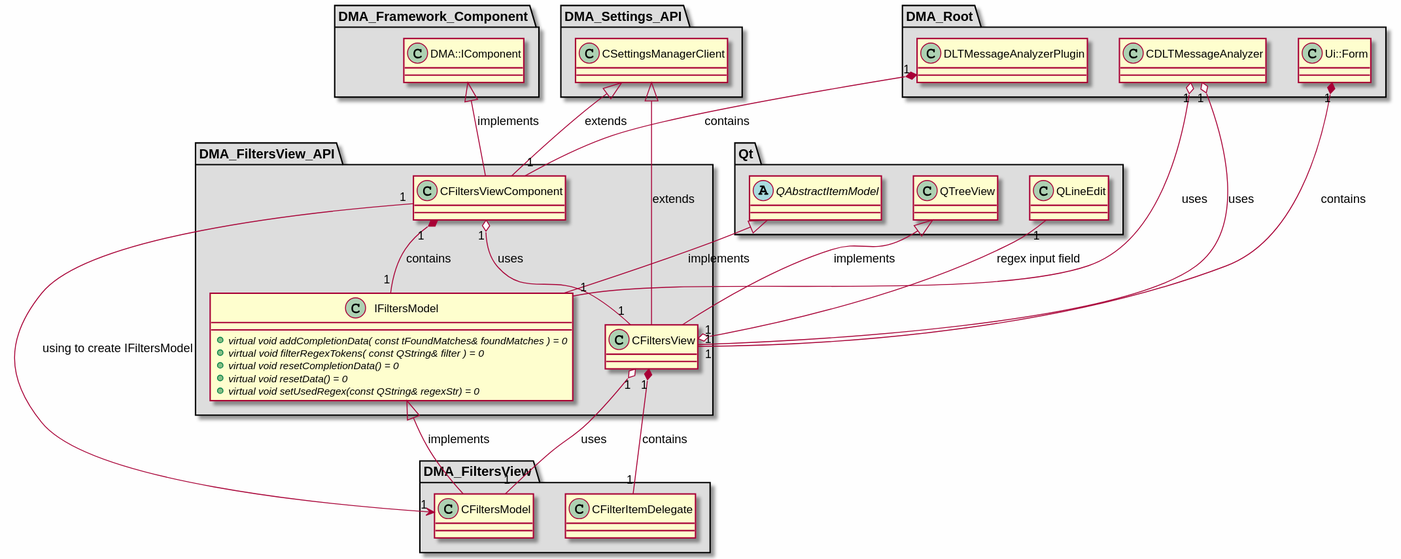
This is md/dev_docs/puml/DMA_FiltersView_API.svg from svlad-90/DLT-Message-Analyzer, a PlantUML export, as it was before one commit.
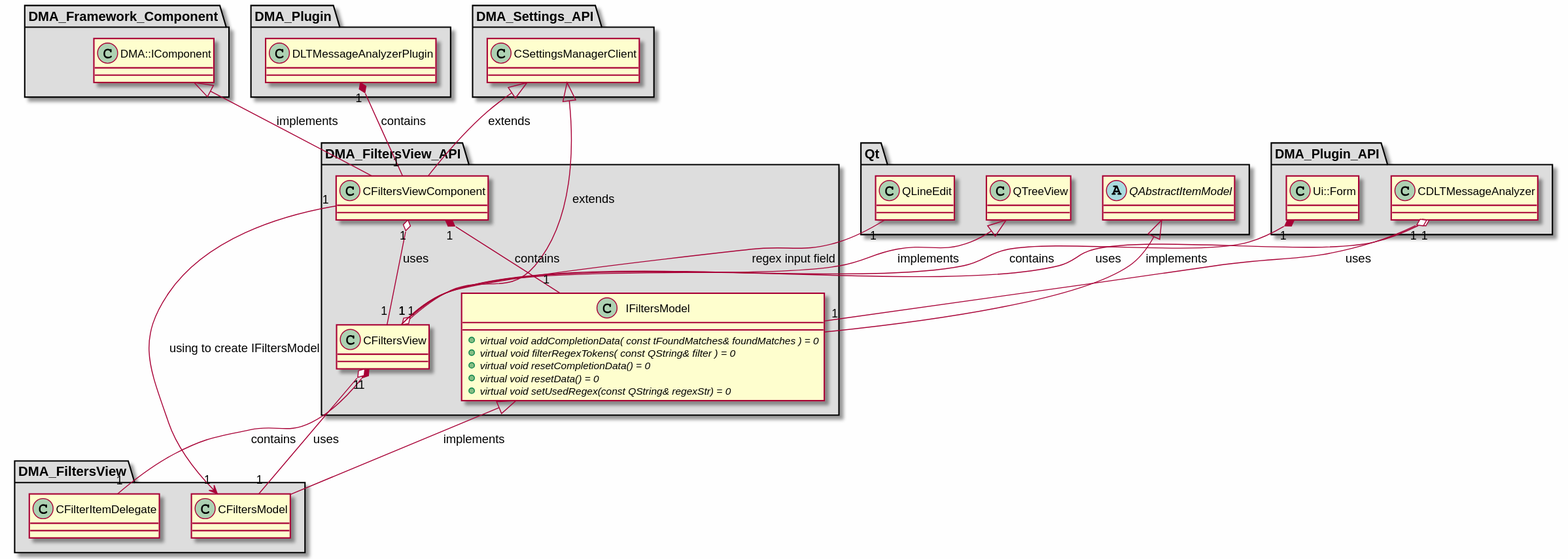
The same diagram one commit later.

Change to the diagram source:
```diff
@@ -46,14 +46,19 @@
 
 }
 
-package "DMA_Root" #DDDDDD
+package "DMA_Plugin" #DDDDDD
+{
+
+class "DLTMessageAnalyzerPlugin"
+{
+}
+
+}
+
+package "DMA_Plugin_API" #DDDDDD
 {
 
 class "CDLTMessageAnalyzer"
-{
-}
-
-class "DLTMessageAnalyzerPlugin"
 {
 }
 
@@ -102,9 +107,9 @@
 CFiltersViewComponent "1" --> "1" CFiltersModel : using to create IFiltersModel
 CFiltersViewComponent "1" o-- "1" CFiltersView : uses
 CFiltersViewComponent "1" *-- "1" IFiltersModel : contains
+DLTMessageAnalyzerPlugin "1" *-- "1" CFiltersViewComponent : contains
 CDLTMessageAnalyzer "1" o-- "1" CFiltersView : uses
 CDLTMessageAnalyzer "1" o-- "1" IFiltersModel : uses
-DLTMessageAnalyzerPlugin "1" *-- "1" CFiltersViewComponent : contains
 Ui::Form "1" *-- "1" CFiltersView : contains
 
 @enduml
```
